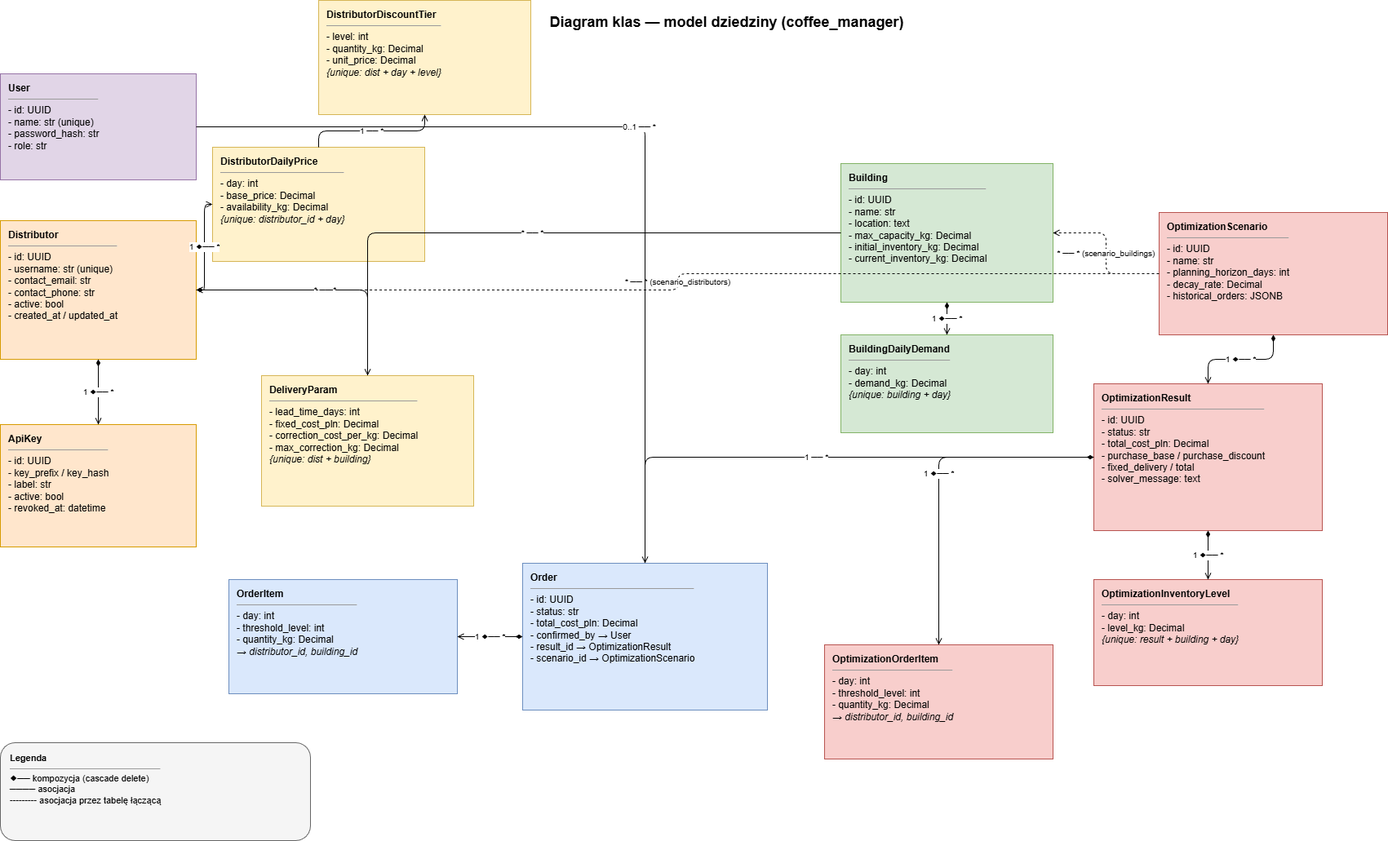
Earlier version of the draw.io export docs/diagrams/class-diagram.png (pgierzat/CoffeeOrderingSystem). Source tidied: cells renumbered, new cells last; positions are measured from the earlier drawing's top-left corner, leaving out a move shared by most shapes.
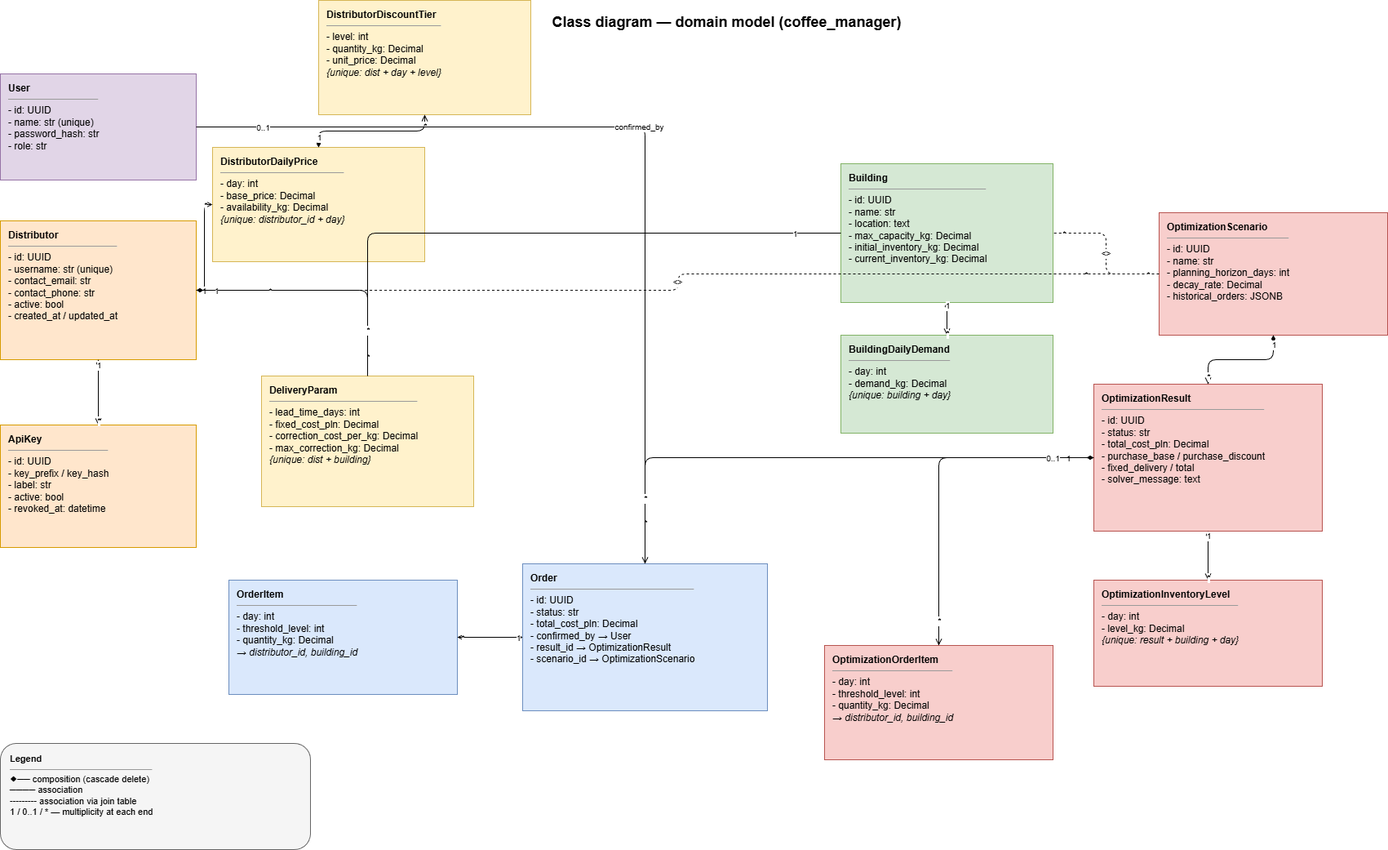
After the change.

Diff of the diagram source:
```diff
@@ -2,7 +2,7 @@
   <root>
     <mxCell id="0" />
     <mxCell id="1" parent="0" />
-    <mxCell id="2" value="Diagram klas — model dziedziny (coffee_manager)" style="text;html=1;align=center;fontSize=18;fontStyle=1;" parent="1" vertex="1">
+    <mxCell id="2" value="Class diagram — domain model (coffee_manager)" style="text;html=1;align=center;fontSize=18;fontStyle=1;" parent="1" vertex="1">
       <mxGeometry x="440" y="10" width="900" height="30" as="geometry" />
     </mxCell>
     <mxCell id="3" value="&lt;b&gt;User&lt;/b&gt;&lt;hr size=&quot;1&quot;&gt;- id: UUID&lt;br&gt;- name: str (unique)&lt;br&gt;- password_hash: str&lt;br&gt;- role: str" style="rounded=0;whiteSpace=wrap;html=1;fillColor=#e1d5e7;strokeColor=#9673a6;align=left;verticalAlign=top;spacingLeft=8;spacingTop=4;fontSize=12;" parent="1" vertex="1">
@@ -47,50 +47,134 @@
     <mxCell id="16" value="&lt;b&gt;OrderItem&lt;/b&gt;&lt;hr size=&quot;1&quot;&gt;- day: int&lt;br&gt;- threshold_level: int&lt;br&gt;- quantity_kg: Decimal&lt;br&gt;&lt;i&gt;→ distributor_id, building_id&lt;/i&gt;" style="rounded=0;whiteSpace=wrap;html=1;fillColor=#dae8fc;strokeColor=#6c8ebf;align=left;verticalAlign=top;spacingLeft=8;spacingTop=4;fontSize=12;" parent="1" vertex="1">
       <mxGeometry x="280" y="710" width="280" height="140" as="geometry" />
     </mxCell>
-    <mxCell id="17" value="1 ◆── *" style="endArrow=open;startArrow=diamondThin;startFill=1;html=1;fontSize=10;edgeStyle=orthogonalEdgeStyle;rounded=1;" parent="1" edge="1" source="4" target="5">
+    <mxCell id="17" style="endArrow=open;startArrow=diamondThin;startFill=1;html=1;fontSize=10;edgeStyle=orthogonalEdgeStyle;rounded=1;" parent="1" edge="1" source="4" target="5">
       <mxGeometry relative="1" as="geometry" />
     </mxCell>
+    <mxCell id="32" value="1" style="edgeLabel;html=1;align=center;verticalAlign=middle;fontSize=10;" parent="17" vertex="1">
+      <mxGeometry x="-0.85" relative="1" as="geometry" />
+    </mxCell>
+    <mxCell id="33" value="*" style="edgeLabel;html=1;align=center;verticalAlign=middle;fontSize=10;" parent="17" vertex="1">
+      <mxGeometry x="0.85" relative="1" as="geometry" />
+    </mxCell>
-    <mxCell id="18" value="1 ◆── *" style="endArrow=open;startArrow=diamondThin;startFill=1;html=1;fontSize=10;edgeStyle=orthogonalEdgeStyle;rounded=1;" parent="1" edge="1" source="4" target="6">
+    <mxCell id="18" style="endArrow=open;startArrow=diamondThin;startFill=1;html=1;fontSize=10;edgeStyle=orthogonalEdgeStyle;rounded=1;" parent="1" edge="1" source="4" target="6">
       <mxGeometry relative="1" as="geometry" />
     </mxCell>
+    <mxCell id="34" value="1" style="edgeLabel;html=1;align=center;verticalAlign=middle;fontSize=10;" parent="18" vertex="1">
+      <mxGeometry x="-0.85" relative="1" as="geometry" />
+    </mxCell>
+    <mxCell id="35" value="*" style="edgeLabel;html=1;align=center;verticalAlign=middle;fontSize=10;" parent="18" vertex="1">
+      <mxGeometry x="0.85" relative="1" as="geometry" />
+    </mxCell>
-    <mxCell id="19" value="1 ── *" style="endArrow=open;html=1;fontSize=10;edgeStyle=orthogonalEdgeStyle;rounded=1;" parent="1" edge="1" source="6" target="7">
+    <mxCell id="19" style="endArrow=open;startArrow=diamondThin;startFill=1;html=1;fontSize=10;edgeStyle=orthogonalEdgeStyle;rounded=1;" parent="1" edge="1" source="6" target="7">
       <mxGeometry relative="1" as="geometry" />
     </mxCell>
+    <mxCell id="36" value="1" style="edgeLabel;html=1;align=center;verticalAlign=middle;fontSize=10;" parent="19" vertex="1">
+      <mxGeometry x="-0.85" relative="1" as="geometry" />
+    </mxCell>
+    <mxCell id="37" value="*" style="edgeLabel;html=1;align=center;verticalAlign=middle;fontSize=10;" parent="19" vertex="1">
+      <mxGeometry x="0.85" relative="1" as="geometry" />
+    </mxCell>
-    <mxCell id="20" value="* ── *" style="endArrow=open;html=1;fontSize=10;edgeStyle=orthogonalEdgeStyle;rounded=1;" parent="1" edge="1" source="4" target="8">
+    <mxCell id="20" style="endArrow=none;html=1;fontSize=10;edgeStyle=orthogonalEdgeStyle;rounded=1;" parent="1" edge="1" source="4" target="8">
       <mxGeometry relative="1" as="geometry" />
     </mxCell>
+    <mxCell id="38" value="1" style="edgeLabel;html=1;align=center;verticalAlign=middle;fontSize=10;" parent="20" vertex="1">
+      <mxGeometry x="-0.85" relative="1" as="geometry" />
+    </mxCell>
+    <mxCell id="39" value="*" style="edgeLabel;html=1;align=center;verticalAlign=middle;fontSize=10;" parent="20" vertex="1">
+      <mxGeometry x="0.85" relative="1" as="geometry" />
+    </mxCell>
-    <mxCell id="21" value="* ── *" style="endArrow=open;html=1;fontSize=10;edgeStyle=orthogonalEdgeStyle;rounded=1;" parent="1" edge="1" source="9" target="8">
+    <mxCell id="21" style="endArrow=none;html=1;fontSize=10;edgeStyle=orthogonalEdgeStyle;rounded=1;" parent="1" edge="1" source="9" target="8">
       <mxGeometry relative="1" as="geometry" />
     </mxCell>
+    <mxCell id="40" value="1" style="edgeLabel;html=1;align=center;verticalAlign=middle;fontSize=10;" parent="21" vertex="1">
+      <mxGeometry x="-0.85" relative="1" as="geometry" />
+    </mxCell>
+    <mxCell id="41" value="*" style="edgeLabel;html=1;align=center;verticalAlign=middle;fontSize=10;" parent="21" vertex="1">
+      <mxGeometry x="0.85" relative="1" as="geometry" />
+    </mxCell>
-    <mxCell id="22" value="1 ◆── *" style="endArrow=open;startArrow=diamondThin;startFill=1;html=1;fontSize=10;edgeStyle=orthogonalEdgeStyle;rounded=1;" parent="1" edge="1" source="9" target="10">
+    <mxCell id="22" style="endArrow=open;startArrow=diamondThin;startFill=1;html=1;fontSize=10;edgeStyle=orthogonalEdgeStyle;rounded=1;" parent="1" edge="1" source="9" target="10">
       <mxGeometry relative="1" as="geometry" />
     </mxCell>
+    <mxCell id="42" value="1" style="edgeLabel;html=1;align=center;verticalAlign=middle;fontSize=10;" parent="22" vertex="1">
+      <mxGeometry x="-0.85" relative="1" as="geometry" />
+    </mxCell>
+    <mxCell id="43" value="*" style="edgeLabel;html=1;align=center;verticalAlign=middle;fontSize=10;" parent="22" vertex="1">
+      <mxGeometry x="0.85" relative="1" as="geometry" />
+    </mxCell>
-    <mxCell id="23" value="* ── * (scenario_distributors)" style="endArrow=open;html=1;fontSize=10;dashed=1;edgeStyle=orthogonalEdgeStyle;rounded=1;" parent="1" edge="1" source="11" target="4">
+    <mxCell id="23" value="&lt;&lt;scenario_distributors&gt;&gt;" style="endArrow=none;html=1;fontSize=10;dashed=1;edgeStyle=orthogonalEdgeStyle;rounded=1;" parent="1" edge="1" source="11" target="4">
       <mxGeometry relative="1" as="geometry" />
     </mxCell>
+    <mxCell id="44" value="*" style="edgeLabel;html=1;align=center;verticalAlign=middle;fontSize=10;" parent="23" vertex="1">
+      <mxGeometry x="-0.85" relative="1" as="geometry" />
+    </mxCell>
+    <mxCell id="45" value="*" style="edgeLabel;html=1;align=center;verticalAlign=middle;fontSize=10;" parent="23" vertex="1">
+      <mxGeometry x="0.85" relative="1" as="geometry" />
+    </mxCell>
-    <mxCell id="24" value="* ── * (scenario_buildings)" style="endArrow=open;html=1;fontSize=10;dashed=1;edgeStyle=orthogonalEdgeStyle;rounded=1;" parent="1" edge="1" source="11" target="9">
+    <mxCell id="24" value="&lt;&lt;scenario_buildings&gt;&gt;" style="endArrow=none;html=1;fontSize=10;dashed=1;edgeStyle=orthogonalEdgeStyle;rounded=1;" parent="1" edge="1" source="11" target="9">
       <mxGeometry relative="1" as="geometry" />
     </mxCell>
+    <mxCell id="46" value="*" style="edgeLabel;html=1;align=center;verticalAlign=middle;fontSize=10;" parent="24" vertex="1">
+      <mxGeometry x="-0.85" relative="1" as="geometry" />
+    </mxCell>
+    <mxCell id="47" value="*" style="edgeLabel;html=1;align=center;verticalAlign=middle;fontSize=10;" parent="24" vertex="1">
+      <mxGeometry x="0.85" relative="1" as="geometry" />
+    </mxCell>
-    <mxCell id="25" value="1 ◆── *" style="endArrow=open;startArrow=diamondThin;startFill=1;html=1;fontSize=10;edgeStyle=orthogonalEdgeStyle;rounded=1;" parent="1" edge="1" source="11" target="12">
+    <mxCell id="25" style="endArrow=open;startArrow=diamondThin;startFill=1;html=1;fontSize=10;edgeStyle=orthogonalEdgeStyle;rounded=1;" parent="1" edge="1" source="11" target="12">
       <mxGeometry relative="1" as="geometry" />
     </mxCell>
+    <mxCell id="48" value="1" style="edgeLabel;html=1;align=center;verticalAlign=middle;fontSize=10;" parent="25" vertex="1">
+      <mxGeometry x="-0.85" relative="1" as="geometry" />
+    </mxCell>
+    <mxCell id="49" value="*" style="edgeLabel;html=1;align=center;verticalAlign=middle;fontSize=10;" parent="25" vertex="1">
+      <mxGeometry x="0.85" relative="1" as="geometry" />
+    </mxCell>
-    <mxCell id="26" value="1 ◆── *" style="endArrow=open;startArrow=diamondThin;startFill=1;html=1;fontSize=10;edgeStyle=orthogonalEdgeStyle;rounded=1;" parent="1" edge="1" source="12" target="13">
+    <mxCell id="26" style="endArrow=open;startArrow=diamondThin;startFill=1;html=1;fontSize=10;edgeStyle=orthogonalEdgeStyle;rounded=1;" parent="1" edge="1" source="12" target="13">
       <mxGeometry relative="1" as="geometry" />
     </mxCell>
+    <mxCell id="50" value="1" style="edgeLabel;html=1;align=center;verticalAlign=middle;fontSize=10;" parent="26" vertex="1">
+      <mxGeometry x="-0.85" relative="1" as="geometry" />
+    </mxCell>
+    <mxCell id="51" value="*" style="edgeLabel;html=1;align=center;verticalAlign=middle;fontSize=10;" parent="26" vertex="1">
+      <mxGeometry x="0.85" relative="1" as="geometry" />
+    </mxCell>
-    <mxCell id="27" value="1 ◆── *" style="endArrow=open;startArrow=diamondThin;startFill=1;html=1;fontSize=10;edgeStyle=orthogonalEdgeStyle;rounded=1;" parent="1" edge="1" source="12" target="14">
+    <mxCell id="27" style="endArrow=open;startArrow=diamondThin;startFill=1;html=1;fontSize=10;edgeStyle=orthogonalEdgeStyle;rounded=1;" parent="1" edge="1" source="12" target="14">
       <mxGeometry relative="1" as="geometry" />
     </mxCell>
+    <mxCell id="52" value="1" style="edgeLabel;html=1;align=center;verticalAlign=middle;fontSize=10;" parent="27" vertex="1">
+      <mxGeometry x="-0.85" relative="1" as="geometry" />
+    </mxCell>
+    <mxCell id="53" value="*" style="edgeLabel;html=1;align=center;verticalAlign=middle;fontSize=10;" parent="27" vertex="1">
+      <mxGeometry x="0.85" relative="1" as="geometry" />
+    </mxCell>
-    <mxCell id="28" value="1 ── *" style="endArrow=open;html=1;fontSize=10;edgeStyle=orthogonalEdgeStyle;rounded=1;" parent="1" edge="1" source="12" target="15">
+    <mxCell id="28" style="endArrow=open;html=1;fontSize=10;edgeStyle=orthogonalEdgeStyle;rounded=1;" parent="1" edge="1" source="12" target="15">
       <mxGeometry relative="1" as="geometry" />
     </mxCell>
+    <mxCell id="54" value="0..1" style="edgeLabel;html=1;align=center;verticalAlign=middle;fontSize=10;" parent="28" vertex="1">
+      <mxGeometry x="-0.85" relative="1" as="geometry" />
+    </mxCell>
+    <mxCell id="55" value="*" style="edgeLabel;html=1;align=center;verticalAlign=middle;fontSize=10;" parent="28" vertex="1">
+      <mxGeometry x="0.85" relative="1" as="geometry" />
+    </mxCell>
-    <mxCell id="29" value="1 ◆── *" style="endArrow=open;startArrow=diamondThin;startFill=1;html=1;fontSize=10;edgeStyle=orthogonalEdgeStyle;rounded=1;" parent="1" edge="1" source="15" target="16">
+    <mxCell id="29" style="endArrow=open;startArrow=diamondThin;startFill=1;html=1;fontSize=10;edgeStyle=orthogonalEdgeStyle;rounded=1;" parent="1" edge="1" source="15" target="16">
       <mxGeometry relative="1" as="geometry" />
     </mxCell>
+    <mxCell id="56" value="1" style="edgeLabel;html=1;align=center;verticalAlign=middle;fontSize=10;" parent="29" vertex="1">
+      <mxGeometry x="-0.85" relative="1" as="geometry" />
+    </mxCell>
+    <mxCell id="57" value="*" style="edgeLabel;html=1;align=center;verticalAlign=middle;fontSize=10;" parent="29" vertex="1">
+      <mxGeometry x="0.85" relative="1" as="geometry" />
+    </mxCell>
-    <mxCell id="30" value="0..1 ── *" style="endArrow=open;html=1;fontSize=10;edgeStyle=orthogonalEdgeStyle;rounded=1;" parent="1" edge="1" source="3" target="15">
+    <mxCell id="30" value="confirmed_by" style="endArrow=open;html=1;fontSize=10;edgeStyle=orthogonalEdgeStyle;rounded=1;" parent="1" edge="1" source="3" target="15">
       <mxGeometry relative="1" as="geometry" />
     </mxCell>
+    <mxCell id="58" value="0..1" style="edgeLabel;html=1;align=center;verticalAlign=middle;fontSize=10;" parent="30" vertex="1">
+      <mxGeometry x="-0.85" relative="1" as="geometry" />
+    </mxCell>
+    <mxCell id="59" value="*" style="edgeLabel;html=1;align=center;verticalAlign=middle;fontSize=10;" parent="30" vertex="1">
+      <mxGeometry x="0.85" relative="1" as="geometry" />
+    </mxCell>
-    <mxCell id="31" value="&lt;b&gt;Legenda&lt;/b&gt;&lt;hr size=&quot;1&quot;&gt;◆── kompozycja (cascade delete)&lt;br&gt;──── asocjacja&lt;br&gt;┄┄┄ asocjacja przez tabelę łączącą" style="rounded=1;whiteSpace=wrap;html=1;fillColor=#f5f5f5;strokeColor=#666666;align=left;verticalAlign=top;spacingLeft=10;spacingTop=6;fontSize=11;" parent="1" vertex="1">
-      <mxGeometry y="910" width="380" height="120" as="geometry" />
+    <mxCell id="31" value="&lt;b&gt;Legend&lt;/b&gt;&lt;hr size=&quot;1&quot;&gt;◆── composition (cascade delete)&lt;br&gt;──── association&lt;br&gt;┄┄┄ association via join table&lt;br&gt;1 / 0..1 / * — multiplicity at each end" style="rounded=1;whiteSpace=wrap;html=1;fillColor=#f5f5f5;strokeColor=#666666;align=left;verticalAlign=top;spacingLeft=10;spacingTop=6;fontSize=11;" parent="1" vertex="1">
+      <mxGeometry y="910" width="380" height="130" as="geometry" />
     </mxCell>
   </root>
 </mxGraphModel>
```
